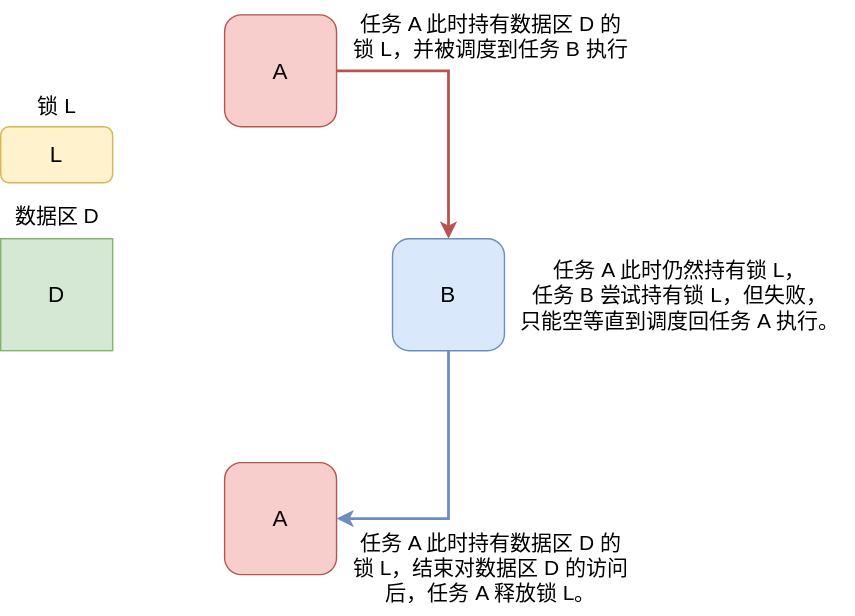
The draw.io diagram docs/07_task_management/images/lock_01.drawio.svg in vanJker/TXOS, before a commit. Source tidied: cells renumbered, new cells last; positions are measured from the earlier drawing's top-left corner, leaving out a move shared by most shapes. Its diagram source:
```xml
<mxGraphModel>
  <root>
    <mxCell id="0" />
    <mxCell id="1" parent="0" />
    <mxCell id="2" style="edgeStyle=orthogonalEdgeStyle;rounded=0;jettySize=auto;html=1;exitX=1;exitY=0.5;exitDx=0;exitDy=0;entryX=0.5;entryY=0;entryDx=0;entryDy=0;fillColor=#f8cecc;strokeColor=#b85450;strokeWidth=2;" parent="1" edge="1" source="3" target="5">
      <mxGeometry relative="1" as="geometry" />
    </mxCell>
    <mxCell id="3" value="A" style="rounded=1;whiteSpace=wrap;html=1;fillColor=#f8cecc;strokeColor=#b85450;fontSize=16;" parent="1" vertex="1">
      <mxGeometry x="160" y="10" width="80" height="80" as="geometry" />
    </mxCell>
    <mxCell id="4" style="edgeStyle=orthogonalEdgeStyle;rounded=0;jettySize=auto;html=1;exitX=0.5;exitY=1;exitDx=0;exitDy=0;entryX=1;entryY=0.5;entryDx=0;entryDy=0;fillColor=#dae8fc;strokeColor=#6c8ebf;strokeWidth=2;" parent="1" edge="1" source="5" target="6">
      <mxGeometry relative="1" as="geometry" />
    </mxCell>
    <mxCell id="5" value="B" style="rounded=1;whiteSpace=wrap;html=1;fillColor=#dae8fc;strokeColor=#6c8ebf;fontSize=16;" parent="1" vertex="1">
      <mxGeometry x="280" y="170" width="80" height="80" as="geometry" />
    </mxCell>
    <mxCell id="6" value="A" style="rounded=1;whiteSpace=wrap;html=1;fillColor=#f8cecc;strokeColor=#b85450;fontSize=16;" parent="1" vertex="1">
      <mxGeometry x="160" y="330" width="80" height="80" as="geometry" />
    </mxCell>
    <mxCell id="7" value="D" style="whiteSpace=wrap;html=1;fillColor=#d5e8d4;strokeColor=#82b366;fontSize=16;" parent="1" vertex="1">
      <mxGeometry y="170" width="80" height="80" as="geometry" />
    </mxCell>
    <mxCell id="8" value="数据区 D" style="text;html=1;align=center;verticalAlign=middle;strokeColor=none;fillColor=none;fontSize=15;" parent="1" vertex="1">
      <mxGeometry y="138" width="80" height="30" as="geometry" />
    </mxCell>
    <mxCell id="9" value="任务 A 此时持有数据区 D 的&lt;br&gt;锁 L，并被调度到任务 B 执行" style="text;html=1;align=center;verticalAlign=middle;strokeColor=none;fillColor=none;fontSize=15;" parent="1" vertex="1">
      <mxGeometry x="240" width="220" height="50" as="geometry" />
    </mxCell>
    <mxCell id="10" value="任务 A 此时仍然持有锁 L，&lt;br&gt;任务 B 尝试持有锁 L，但失败，&lt;br&gt;只能空等直到调度回任务 A 执行。" style="text;html=1;align=center;verticalAlign=middle;strokeColor=none;fillColor=none;fontSize=15;" parent="1" vertex="1">
      <mxGeometry x="360" y="175" width="250" height="70" as="geometry" />
    </mxCell>
    <mxCell id="11" value="L" style="rounded=1;whiteSpace=wrap;html=1;fontSize=16;fillColor=#fff2cc;strokeColor=#d6b656;" parent="1" vertex="1">
      <mxGeometry y="90" width="80" height="40" as="geometry" />
    </mxCell>
    <mxCell id="12" value="锁 L" style="text;html=1;align=center;verticalAlign=middle;strokeColor=none;fillColor=none;fontSize=15;" parent="1" vertex="1">
      <mxGeometry x="15" y="60" width="50" height="30" as="geometry" />
    </mxCell>
    <mxCell id="13" value="任务 A 此时持有数据区 D 的&lt;br&gt;锁 L，结束对数据区 D 的访问&lt;br&gt;后，任务 A 释放锁 L。" style="text;html=1;align=center;verticalAlign=middle;strokeColor=none;fillColor=none;fontSize=15;" parent="1" vertex="1">
      <mxGeometry x="240" y="370" width="220" height="70" as="geometry" />
    </mxCell>
  </root>
</mxGraphModel>
```
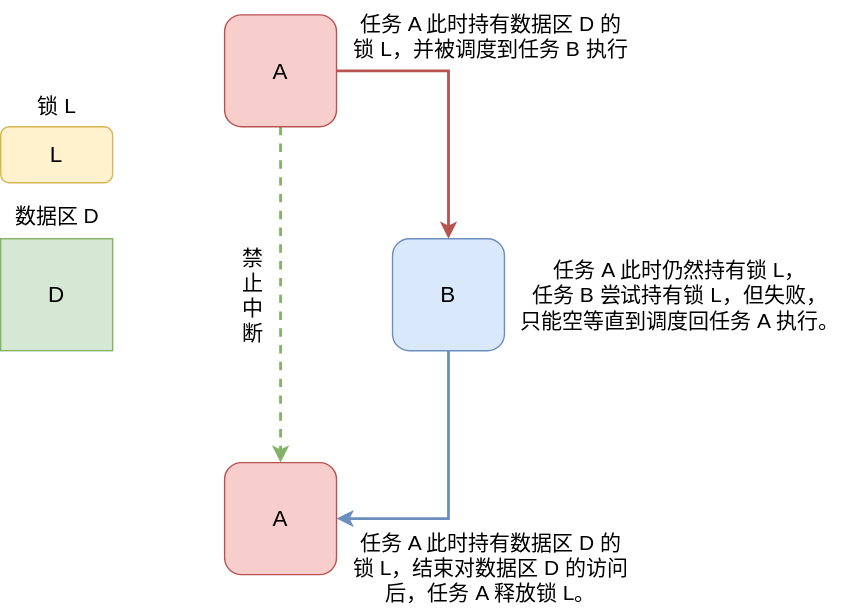
After the commit.

Commit message:
🔧 pacth doc of mutex

Change to the diagram source:
```diff
@@ -5,6 +5,9 @@
     <mxCell id="2" style="edgeStyle=orthogonalEdgeStyle;rounded=0;jettySize=auto;html=1;exitX=1;exitY=0.5;exitDx=0;exitDy=0;entryX=0.5;entryY=0;entryDx=0;entryDy=0;fillColor=#f8cecc;strokeColor=#b85450;strokeWidth=2;" parent="1" edge="1" source="3" target="5">
       <mxGeometry relative="1" as="geometry" />
     </mxCell>
+    <mxCell id="14" style="edgeStyle=orthogonalEdgeStyle;rounded=0;jettySize=auto;html=1;exitX=0.5;exitY=1;exitDx=0;exitDy=0;entryX=0.5;entryY=0;entryDx=0;entryDy=0;strokeWidth=2;fillColor=#d5e8d4;strokeColor=#82b366;dashed=1;" parent="1" edge="1" source="3" target="6">
+      <mxGeometry relative="1" as="geometry" />
+    </mxCell>
     <mxCell id="3" value="A" style="rounded=1;whiteSpace=wrap;html=1;fillColor=#f8cecc;strokeColor=#b85450;fontSize=16;" parent="1" vertex="1">
       <mxGeometry x="160" y="10" width="80" height="80" as="geometry" />
     </mxCell>
@@ -38,5 +41,8 @@
     <mxCell id="13" value="任务 A 此时持有数据区 D 的&lt;br&gt;锁 L，结束对数据区 D 的访问&lt;br&gt;后，任务 A 释放锁 L。" style="text;html=1;align=center;verticalAlign=middle;strokeColor=none;fillColor=none;fontSize=15;" parent="1" vertex="1">
       <mxGeometry x="240" y="370" width="220" height="70" as="geometry" />
     </mxCell>
+    <mxCell id="15" value="禁&lt;br&gt;止&lt;br&gt;中&lt;br&gt;断" style="text;html=1;align=center;verticalAlign=middle;strokeColor=none;fillColor=none;fontSize=15;" parent="1" vertex="1">
+      <mxGeometry x="160" y="165" width="40" height="90" as="geometry" />
+    </mxCell>
   </root>
 </mxGraphModel>
```
